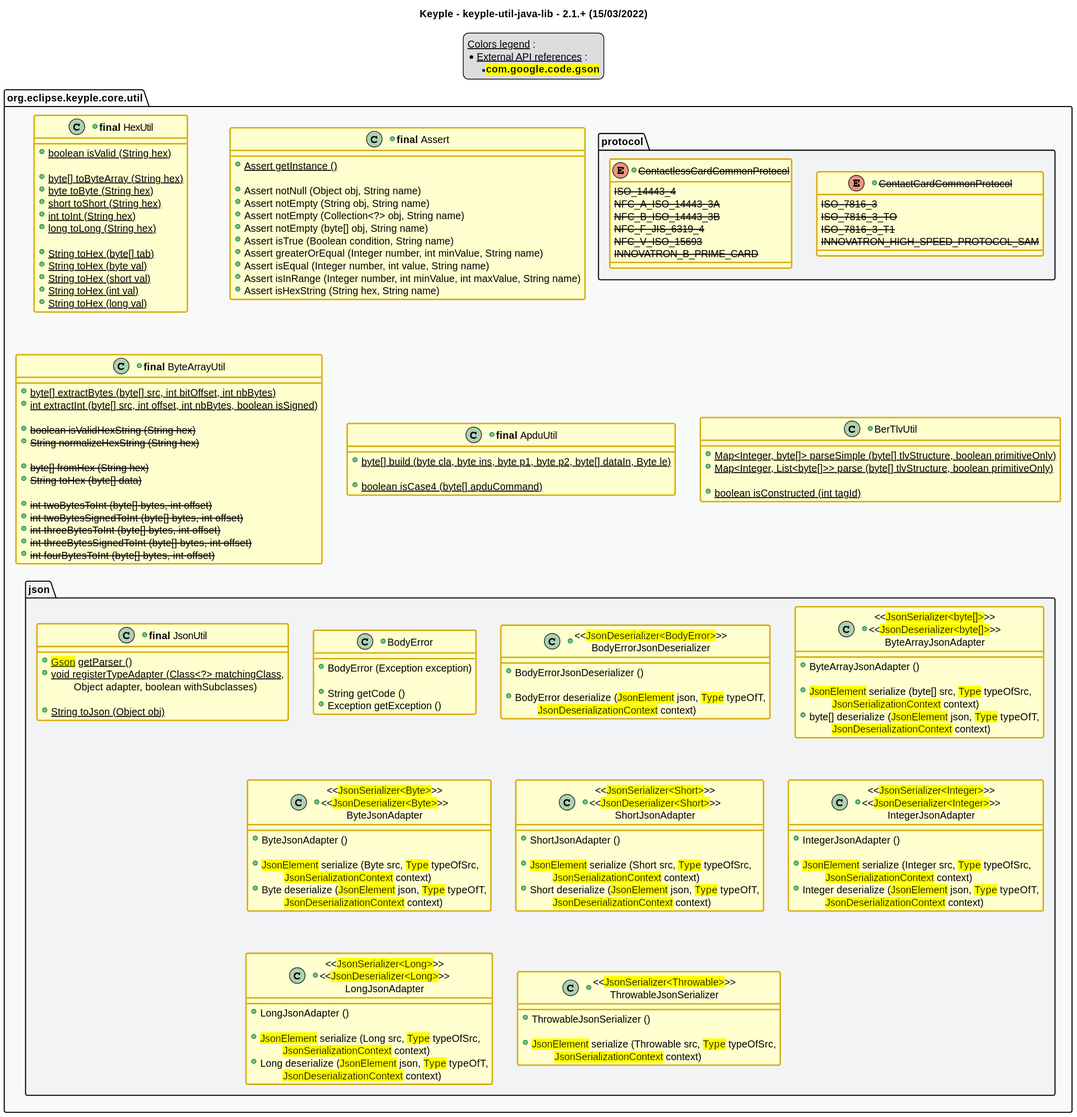
Above: src/main/uml/api_class_diagram.svg in eclipse-keyple/keyple-util-java-lib (PlantUML), before the change.
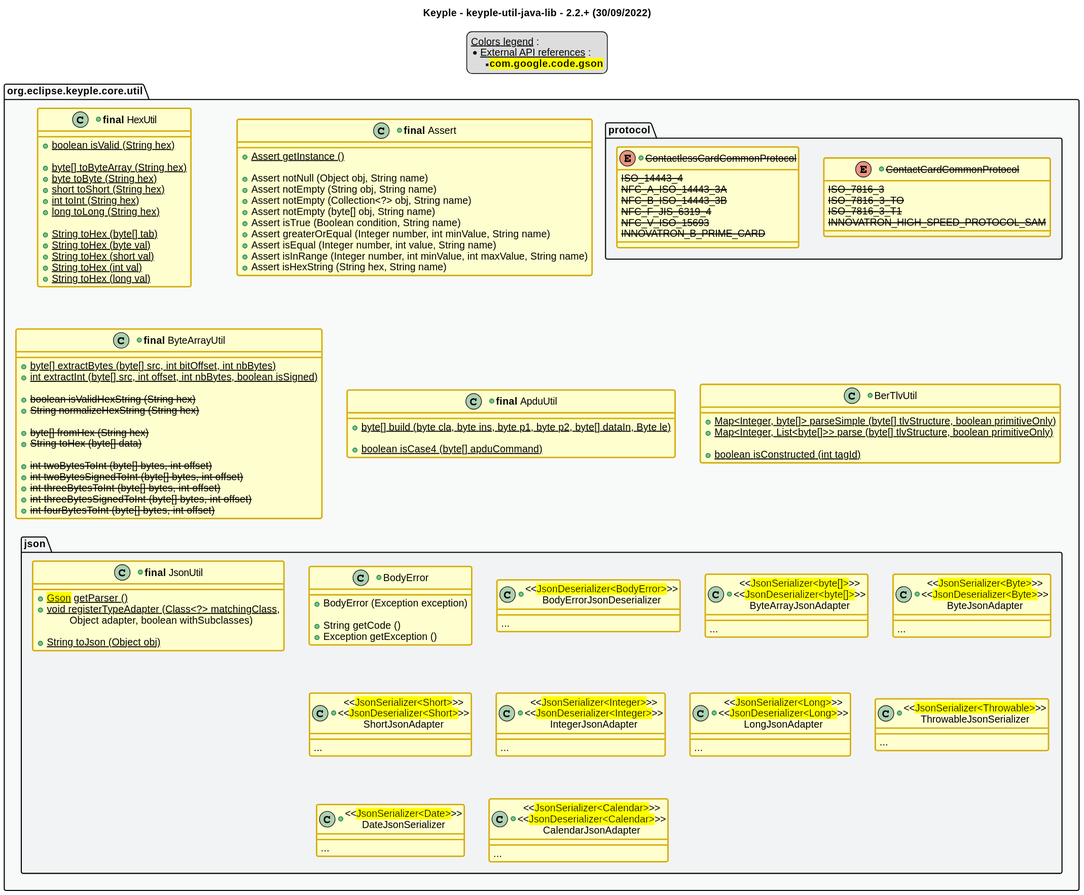
The same file after the commit.

Change to the diagram source:
```diff
@@ -1,6 +1,6 @@
 @startuml
 title
-    Keyple - keyple-util-java-lib - 2.1.+ (15/03/2022)
+    Keyple - keyple-util-java-lib - 2.2.+ (30/09/2022)
 end title
 
 
@@ -117,56 +117,40 @@
             +Exception getException ()
         }
         +class "<<<back:yellow>JsonDeserializer<BodyError></back>>>\nBodyErrorJsonDeserializer" as BodyErrorJsonDeserializer {
-            +BodyErrorJsonDeserializer ()
-
-            +BodyError deserialize (<back:yellow>JsonElement</back> json, <back:yellow>Type</back> typeOfT,
-                \t<back:yellow>JsonDeserializationContext</back> context)
+            __
+            ...
         }
         +class "<<<back:yellow>JsonSerializer<byte[]></back>>>\n<<<back:yellow>JsonDeserializer<byte[]></back>>>\nByteArrayJsonAdapter" as ByteArrayJsonAdapter {
-            +ByteArrayJsonAdapter ()
-
-            +<back:yellow>JsonElement</back> serialize (byte[] src, <back:yellow>Type</back> typeOfSrc,
-                \t<back:yellow>JsonSerializationContext</back> context)
-            +byte[] deserialize (<back:yellow>JsonElement</back> json, <back:yellow>Type</back> typeOfT,
-                \t<back:yellow>JsonDeserializationContext</back> context)
+            __
+            ...
         }
         +class "<<<back:yellow>JsonSerializer<Byte></back>>>\n<<<back:yellow>JsonDeserializer<Byte></back>>>\nByteJsonAdapter" as ByteJsonAdapter {
-            +ByteJsonAdapter ()
-
-            +<back:yellow>JsonElement</back> serialize (Byte src, <back:yellow>Type</back> typeOfSrc,
-                \t<back:yellow>JsonSerializationContext</back> context)
-            +Byte deserialize (<back:yellow>JsonElement</back> json, <back:yellow>Type</back> typeOfT,
-                \t<back:yellow>JsonDeserializationContext</back> context)
+            __
+            ...
         }
         +class "<<<back:yellow>JsonSerializer<Short></back>>>\n<<<back:yellow>JsonDeserializer<Short></back>>>\nShortJsonAdapter" as ShortJsonAdapter {
-            +ShortJsonAdapter ()
-
-            +<back:yellow>JsonElement</back> serialize (Short src, <back:yellow>Type</back> typeOfSrc,
-                \t<back:yellow>JsonSerializationContext</back> context)
-            +Short deserialize (<back:yellow>JsonElement</back> json, <back:yellow>Type</back> typeOfT,
-                \t<back:yellow>JsonDeserializationContext</back> context)
+            __
+            ...
         }
         +class "<<<back:yellow>JsonSerializer<Integer></back>>>\n<<<back:yellow>JsonDeserializer<Integer></back>>>\nIntegerJsonAdapter" as IntegerJsonAdapter {
-            +IntegerJsonAdapter ()
-
-            +<back:yellow>JsonElement</back> serialize (Integer src, <back:yellow>Type</back> typeOfSrc,
-                \t<back:yellow>JsonSerializationContext</back> context)
-            +Integer deserialize (<back:yellow>JsonElement</back> json, <back:yellow>Type</back> typeOfT,
-                \t<back:yellow>JsonDeserializationContext</back> context)
+            __
+            ...
         }
         +class "<<<back:yellow>JsonSerializer<Long></back>>>\n<<<back:yellow>JsonDeserializer<Long></back>>>\nLongJsonAdapter" as LongJsonAdapter {
-            +LongJsonAdapter ()
-
-            +<back:yellow>JsonElement</back> serialize (Long src, <back:yellow>Type</back> typeOfSrc,
-                \t<back:yellow>JsonSerializationContext</back> context)
-            +Long deserialize (<back:yellow>JsonElement</back> json, <back:yellow>Type</back> typeOfT,
-                \t<back:yellow>JsonDeserializationContext</back> context)
+            __
+            ...
         }
         +class "<<<back:yellow>JsonSerializer<Throwable></back>>>\nThrowableJsonSerializer" as ThrowableJsonSerializer {
-            +ThrowableJsonSerializer ()
-
-            +<back:yellow>JsonElement</back> serialize (Throwable src, <back:yellow>Type</back> typeOfSrc,
-                \t<back:yellow>JsonSerializationContext</back> context)
+            __
+            ...
+        }
+        +class "<<<back:yellow>JsonSerializer<Date></back>>>\nDateJsonSerializer" as DateJsonSerializer {
+            __
+            ...
+        }
+        +class "<<<back:yellow>JsonSerializer<Calendar></back>>>\n<<<back:yellow>JsonDeserializer<Calendar></back>>>\nCalendarJsonAdapter" as CalendarJsonAdapter {
+            __
+            ...
         }
     }
     package protocol {
```
